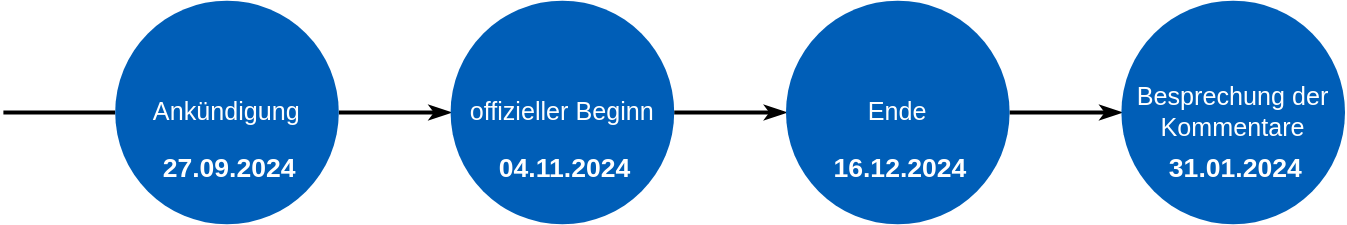
Earlier version of the draw.io export images/timelineARS.drawio.svg (robert-koch-institut/DEMIS_FHIR-Profile_Vorabveroeffentlichung). Source tidied: cells renumbered, new cells last; positions are measured from the earlier drawing's top-left corner, leaving out a move shared by most shapes.
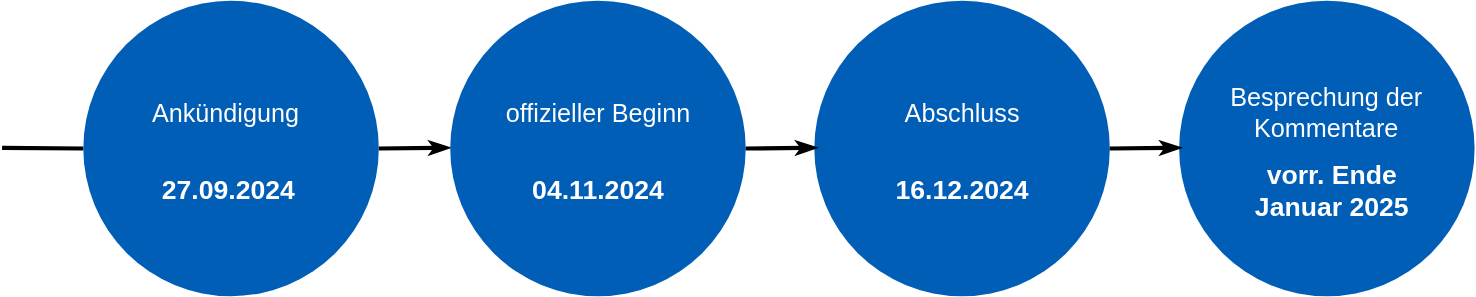
The same diagram one commit later.

Change to the diagram source:
```diff
@@ -2,57 +2,69 @@
   <root>
     <mxCell id="0" />
     <mxCell id="1" parent="0" />
-    <mxCell id="2" style="endArrow=none;html=1;rounded=0;fontSize=23;fontColor=#FFFFFF;entryX=0;entryY=0.5;entryDx=0;entryDy=0;strokeWidth=3;" parent="1" edge="1" target="7">
-      <mxGeometry relative="1" as="geometry">
-        <mxPoint y="80" as="sourcePoint" />
-      </mxGeometry>
-    </mxCell>
-    <mxCell id="3" style="endArrow=none;html=1;rounded=0;fontSize=23;fontColor=#FFFFFF;entryX=0;entryY=0.5;entryDx=0;entryDy=0;strokeWidth=3;strokeColor=none;" parent="1" edge="1">
-      <mxGeometry relative="1" as="geometry">
-        <mxPoint x="240" y="79.4" as="sourcePoint" />
-        <mxPoint x="320" y="79.4" as="targetPoint" />
-      </mxGeometry>
-    </mxCell>
-    <mxCell id="4" style="endArrow=classicThin;html=1;rounded=0;strokeWidth=3;fontSize=23;fontColor=#FFFFFF;exitX=1;exitY=0.5;exitDx=0;exitDy=0;endFill=1;" parent="1" edge="1" source="7">
-      <mxGeometry relative="1" as="geometry">
-        <mxPoint x="320" y="80" as="targetPoint" />
-      </mxGeometry>
-    </mxCell>
-    <mxCell id="5" style="endArrow=classicThin;html=1;rounded=0;strokeWidth=3;fontSize=23;fontColor=#FFFFFF;exitX=1;exitY=0.5;exitDx=0;exitDy=0;endFill=1;" parent="1" edge="1">
-      <mxGeometry relative="1" as="geometry">
-        <mxPoint x="480" y="80" as="sourcePoint" />
-        <mxPoint x="560" y="80" as="targetPoint" />
-      </mxGeometry>
-    </mxCell>
-    <mxCell id="6" style="endArrow=classicThin;html=1;rounded=0;strokeWidth=3;fontSize=23;fontColor=#FFFFFF;exitX=1;exitY=0.5;exitDx=0;exitDy=0;endFill=1;" parent="1" edge="1">
-      <mxGeometry relative="1" as="geometry">
-        <mxPoint x="720" y="80" as="sourcePoint" />
-        <mxPoint x="800" y="80" as="targetPoint" />
-      </mxGeometry>
-    </mxCell>
+    <mxCell id="15" style="endArrow=none;html=1;rounded=0;fontSize=23;fontColor=#FFFFFF;entryX=0;entryY=0.5;entryDx=0;entryDy=0;strokeWidth=3;" parent="1" edge="1" target="18">
+      <mxGeometry relative="1" as="geometry">
+        <mxPoint y="80" as="sourcePoint" />
+      </mxGeometry>
+    </mxCell>
+    <mxCell id="16" style="endArrow=none;html=1;rounded=0;fontSize=23;fontColor=#FFFFFF;entryX=0;entryY=0.5;entryDx=0;entryDy=0;strokeWidth=3;strokeColor=none;" parent="1" edge="1">
+      <mxGeometry relative="1" as="geometry">
+        <mxPoint x="240" y="79.4" as="sourcePoint" />
+        <mxPoint x="320" y="79.4" as="targetPoint" />
+      </mxGeometry>
+    </mxCell>
+    <mxCell id="17" style="endArrow=classicThin;html=1;rounded=0;strokeWidth=3;fontSize=23;fontColor=#FFFFFF;exitX=1;exitY=0.5;exitDx=0;exitDy=0;endFill=1;" parent="1" edge="1" source="18">
+      <mxGeometry relative="1" as="geometry">
+        <mxPoint x="320" y="80" as="targetPoint" />
+      </mxGeometry>
+    </mxCell>
+    <mxCell id="18" style="ellipse;whiteSpace=wrap;html=1;fillColor=#005eb7;fontColor=#FFFFFF;fontFamily=Helvetica;fontSize=18;labelPosition=center;verticalLabelPosition=middle;align=center;verticalAlign=middle;spacingTop=-1;strokeColor=none;" parent="1" vertex="1">
+      <mxGeometry x="58" y="-25" width="211" height="211" as="geometry" />
+    </mxCell>
+    <mxCell id="8" value="27.09.2024" style="text;html=1;strokeColor=none;fillColor=none;align=center;verticalAlign=middle;whiteSpace=wrap;rounded=0;fontSize=19;fontColor=#FFFFFF;fontStyle=1;" parent="1" vertex="1">
+      <mxGeometry x="112" y="96" width="100" height="30" as="geometry" />
+    </mxCell>
+    <mxCell id="19" style="ellipse;whiteSpace=wrap;html=1;fillColor=#005eb7;fontColor=#FFFFFF;fontFamily=Helvetica;fontSize=18;labelPosition=center;verticalLabelPosition=middle;align=center;verticalAlign=middle;spacingTop=-1;strokeColor=none;" parent="1" vertex="1">
+      <mxGeometry x="320" y="-25" width="211" height="211" as="geometry" />
+    </mxCell>
+    <mxCell id="10" value="04.11.2024" style="text;html=1;strokeColor=none;fillColor=none;align=center;verticalAlign=middle;whiteSpace=wrap;rounded=0;fontSize=19;fontColor=#FFFFFF;fontStyle=1;" parent="1" vertex="1">
+      <mxGeometry x="375.5" y="96" width="100" height="30" as="geometry" />
+    </mxCell>
+    <mxCell id="20" style="ellipse;whiteSpace=wrap;html=1;fillColor=#005eb7;fontColor=#FFFFFF;fontFamily=Helvetica;fontSize=18;labelPosition=center;verticalLabelPosition=middle;align=center;verticalAlign=middle;spacingTop=-1;strokeColor=none;" parent="1" vertex="1">
+      <mxGeometry x="580" y="-25" width="211" height="211" as="geometry" />
+    </mxCell>
+    <mxCell id="12" value="16.12.2024" style="text;html=1;strokeColor=none;fillColor=none;align=center;verticalAlign=middle;whiteSpace=wrap;rounded=0;fontSize=19;fontColor=#FFFFFF;fontStyle=1;" parent="1" vertex="1">
+      <mxGeometry x="635.5" y="96" width="100" height="30" as="geometry" />
+    </mxCell>
+    <mxCell id="21" style="ellipse;whiteSpace=wrap;html=1;fillColor=#005eb7;fontColor=#FFFFFF;fontFamily=Helvetica;fontSize=18;labelPosition=center;verticalLabelPosition=middle;align=center;verticalAlign=middle;spacingTop=-1;strokeColor=none;" parent="1" vertex="1">
+      <mxGeometry x="840.5" y="-25" width="211" height="211" as="geometry" />
+    </mxCell>
+    <mxCell id="22" value="vorr. Ende Januar 2025" style="text;html=1;strokeColor=none;fillColor=none;align=center;verticalAlign=middle;whiteSpace=wrap;rounded=0;fontSize=19;fontColor=#FFFFFF;fontStyle=1;" parent="1" vertex="1">
+      <mxGeometry x="870" y="73.5" width="160" height="75" as="geometry" />
+    </mxCell>
-    <mxCell id="7" value="Ankündigung" style="ellipse;whiteSpace=wrap;html=1;fillColor=#005eb7;fontColor=#FFFFFF;fontFamily=Helvetica;fontSize=18;labelPosition=center;verticalLabelPosition=middle;align=center;verticalAlign=middle;spacingTop=-1;strokeColor=none;" parent="1" vertex="1">
-      <mxGeometry x="80" width="160" height="160" as="geometry" />
+    <mxCell id="7" value="Ankündigung" style="text;html=1;strokeColor=none;fillColor=none;align=center;verticalAlign=middle;whiteSpace=wrap;rounded=0;fontSize=18;fontColor=#FFFFFF;" parent="1" vertex="1">
+      <mxGeometry x="105" y="41" width="110" height="30" as="geometry" />
     </mxCell>
-    <mxCell id="8" value="27.09.2024" style="text;html=1;strokeColor=none;fillColor=none;align=center;verticalAlign=middle;whiteSpace=wrap;rounded=0;fontSize=19;fontColor=#FFFFFF;fontStyle=1;" parent="1" vertex="1">
-      <mxGeometry x="112" y="106" width="100" height="30" as="geometry" />
-    </mxCell>
-    <mxCell id="9" value="offizieller Beginn" style="ellipse;whiteSpace=wrap;html=1;fillColor=#005eb7;fontColor=#FFFFFF;fontFamily=Helvetica;fontSize=18;labelPosition=center;verticalLabelPosition=middle;align=center;verticalAlign=middle;spacingTop=-1;strokeColor=none;" parent="1" vertex="1">
-      <mxGeometry x="320" width="160" height="160" as="geometry" />
+    <mxCell id="9" value="offizieller Beginn" style="text;html=1;strokeColor=none;fillColor=none;align=center;verticalAlign=middle;whiteSpace=wrap;rounded=0;fontSize=18;fontColor=#FFFFFF;" parent="1" vertex="1">
+      <mxGeometry x="355.5" y="41" width="140" height="30" as="geometry" />
     </mxCell>
-    <mxCell id="10" value="04.11.2024" style="text;html=1;strokeColor=none;fillColor=none;align=center;verticalAlign=middle;whiteSpace=wrap;rounded=0;fontSize=19;fontColor=#FFFFFF;fontStyle=1;" parent="1" vertex="1">
-      <mxGeometry x="352" y="106" width="100" height="30" as="geometry" />
-    </mxCell>
-    <mxCell id="11" value="Ende" style="ellipse;whiteSpace=wrap;html=1;fillColor=#005eb7;fontColor=#FFFFFF;fontFamily=Helvetica;fontSize=18;labelPosition=center;verticalLabelPosition=middle;align=center;verticalAlign=middle;spacingTop=-1;strokeColor=none;" parent="1" vertex="1">
-      <mxGeometry x="560" width="160" height="160" as="geometry" />
-    </mxCell>
-    <mxCell id="12" value="16.12.2024" style="text;html=1;strokeColor=none;fillColor=none;align=center;verticalAlign=middle;whiteSpace=wrap;rounded=0;fontSize=19;fontColor=#FFFFFF;fontStyle=1;" parent="1" vertex="1">
-      <mxGeometry x="592" y="106" width="100" height="30" as="geometry" />
-    </mxCell>
+    <mxCell id="23" value="Abschluss" style="text;html=1;strokeColor=none;fillColor=none;align=center;verticalAlign=middle;whiteSpace=wrap;rounded=0;fontSize=18;fontColor=#FFFFFF;" parent="1" vertex="1">
+      <mxGeometry x="615.5" y="41" width="140" height="30" as="geometry" />
+    </mxCell>
-    <mxCell id="13" value="Besprechung der Kommentare" style="ellipse;whiteSpace=wrap;html=1;fillColor=#005eb7;fontColor=#FFFFFF;fontFamily=Helvetica;fontSize=18;labelPosition=center;verticalLabelPosition=middle;align=center;verticalAlign=middle;spacingTop=-1;strokeColor=none;" parent="1" vertex="1">
-      <mxGeometry x="800" width="160" height="160" as="geometry" />
+    <mxCell id="13" value="Besprechung der Kommentare" style="text;html=1;strokeColor=none;fillColor=none;align=center;verticalAlign=middle;whiteSpace=wrap;rounded=0;fontSize=18;fontColor=#FFFFFF;" parent="1" vertex="1">
+      <mxGeometry x="876" y="41" width="140" height="30" as="geometry" />
     </mxCell>
-    <mxCell id="14" value="31.01.2024" style="text;html=1;strokeColor=none;fillColor=none;align=center;verticalAlign=middle;whiteSpace=wrap;rounded=0;fontSize=19;fontColor=#FFFFFF;fontStyle=1;" parent="1" vertex="1">
-      <mxGeometry x="832" y="106" width="100" height="30" as="geometry" />
-    </mxCell>
+    <mxCell id="24" style="endArrow=classicThin;html=1;rounded=0;strokeWidth=3;fontSize=23;fontColor=#FFFFFF;exitX=1;exitY=0.5;exitDx=0;exitDy=0;endFill=1;" parent="1" edge="1">
+      <mxGeometry relative="1" as="geometry">
+        <mxPoint x="531" y="80.5" as="sourcePoint" />
+        <mxPoint x="582" y="80" as="targetPoint" />
+      </mxGeometry>
+    </mxCell>
+    <mxCell id="25" style="endArrow=classicThin;html=1;rounded=0;strokeWidth=3;fontSize=23;fontColor=#FFFFFF;exitX=1;exitY=0.5;exitDx=0;exitDy=0;endFill=1;" parent="1" edge="1">
+      <mxGeometry relative="1" as="geometry">
+        <mxPoint x="791" y="80.5" as="sourcePoint" />
+        <mxPoint x="842" y="80" as="targetPoint" />
+      </mxGeometry>
+    </mxCell>
   </root>
 </mxGraphModel>
```
